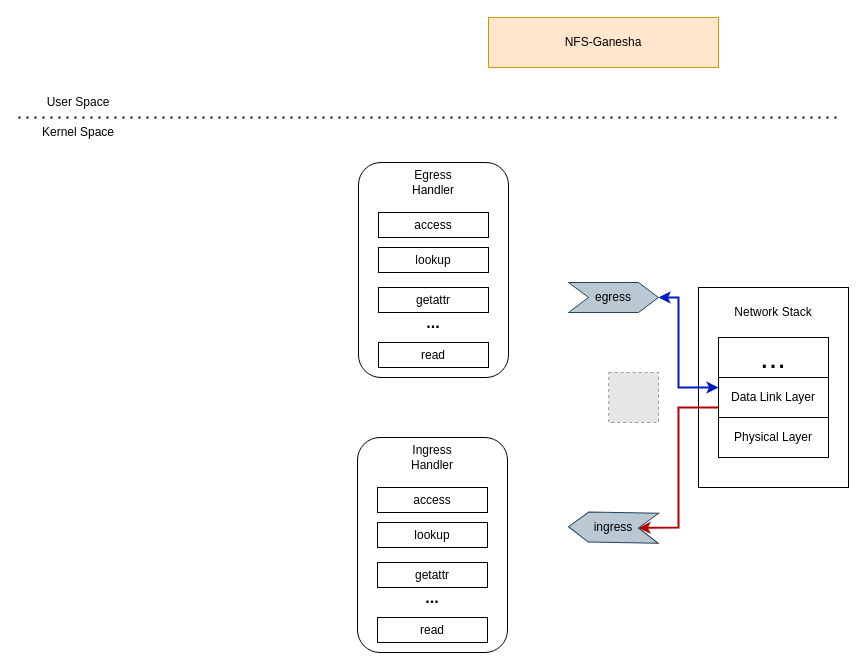
This is 决赛项目框架.drawio from Kakoyi945/cloud, a draw.io file, before an edit. Source tidied: cells renumbered, new cells numbered last; positions are measured from the earlier drawing's top-left corner, leaving out a move shared by most shapes. Both pictures are drawn from the tidied source at 100%, with x=0, y=0 at pixel (18, 17). Pictures stored in the file or linked from it are replaced by grey dashed boxes.
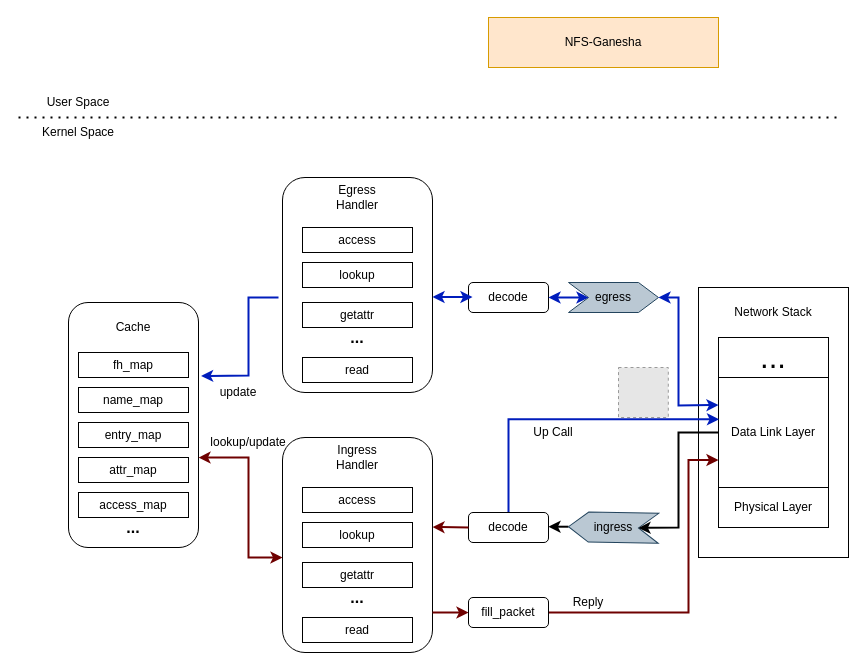
Above is the later version.

Commit message (it also covers changes not shown here):
更新决赛项目框架.drawio

Unchanged cells that the change refers to:
```xml
<mxCell id="25" value="egress" style="shape=step;perimeter=stepPerimeter;whiteSpace=wrap;html=1;fixedSize=1;rotation=0;fillColor=#bac8d3;strokeColor=#23445d;" parent="1" vertex="1">
  <mxGeometry x="550" y="265" width="90" height="30" as="geometry" />
</mxCell>
<mxCell id="28" style="shape=step;perimeter=stepPerimeter;whiteSpace=wrap;html=1;fixedSize=1;rotation=-179;fillColor=#bac8d3;strokeColor=#23445d;" parent="1" vertex="1">
  <mxGeometry x="550" y="495" width="90" height="30" as="geometry" />
</mxCell>
```

The edit, as a diff of the source:
```diff
@@
     <mxCell id="2" style="rounded=0;whiteSpace=wrap;html=1;" parent="1" vertex="1">
-      <mxGeometry x="680" y="270" width="150" height="200" as="geometry" />
+      <mxGeometry x="680" y="270" width="150" height="270" as="geometry" />
     </mxCell>
@@
     <mxCell id="7" value="Data Link Layer" style="rounded=0;whiteSpace=wrap;html=1;" parent="1" vertex="1">
-      <mxGeometry x="700" y="360" width="110" height="40" as="geometry" />
+      <mxGeometry x="700" y="360" width="110" height="110" as="geometry" />
     </mxCell>
     <mxCell id="8" value="Physical Layer" style="rounded=0;whiteSpace=wrap;html=1;" parent="1" vertex="1">
-      <mxGeometry x="700" y="400" width="110" height="40" as="geometry" />
+      <mxGeometry x="700" y="470" width="110" height="40" as="geometry" />
     </mxCell>
@@
     <mxCell id="11" style="rounded=1;whiteSpace=wrap;html=1;" parent="1" vertex="1">
-      <mxGeometry x="340" y="145" width="150" height="215" as="geometry" />
+      <mxGeometry x="264" y="160" width="150" height="215" as="geometry" />
     </mxCell>
     <mxCell id="12" value="access" style="rounded=0;whiteSpace=wrap;html=1;" parent="1" vertex="1">
-      <mxGeometry x="360" y="195" width="110" height="25" as="geometry" />
+      <mxGeometry x="284" y="210" width="110" height="25" as="geometry" />
     </mxCell>
     <mxCell id="13" value="Egress Handler" style="text;html=1;strokeColor=none;fillColor=none;align=center;verticalAlign=middle;whiteSpace=wrap;rounded=0;" parent="1" vertex="1">
-      <mxGeometry x="385" y="150" width="60" height="30" as="geometry" />
+      <mxGeometry x="309" y="165" width="60" height="30" as="geometry" />
     </mxCell>
     <mxCell id="14" value="lookup" style="rounded=0;whiteSpace=wrap;html=1;" parent="1" vertex="1">
-      <mxGeometry x="360" y="230" width="110" height="25" as="geometry" />
+      <mxGeometry x="284" y="245" width="110" height="25" as="geometry" />
     </mxCell>
     <mxCell id="15" value="getattr" style="rounded=0;whiteSpace=wrap;html=1;" parent="1" vertex="1">
-      <mxGeometry x="360" y="270" width="110" height="25" as="geometry" />
+      <mxGeometry x="284" y="285" width="110" height="25" as="geometry" />
     </mxCell>
     <mxCell id="16" value="read" style="rounded=0;whiteSpace=wrap;html=1;" parent="1" vertex="1">
-      <mxGeometry x="360" y="325" width="110" height="25" as="geometry" />
+      <mxGeometry x="284" y="340" width="110" height="25" as="geometry" />
     </mxCell>
     <mxCell id="17" value="&lt;b&gt;&lt;font style=&quot;font-size: 16px;&quot;&gt;...&lt;/font&gt;&lt;/b&gt;" style="text;html=1;strokeColor=none;fillColor=none;align=center;verticalAlign=middle;whiteSpace=wrap;rounded=0;" parent="1" vertex="1">
-      <mxGeometry x="385" y="290" width="60" height="30" as="geometry" />
+      <mxGeometry x="309" y="305" width="60" height="30" as="geometry" />
     </mxCell>
     <mxCell id="18" style="rounded=1;whiteSpace=wrap;html=1;" parent="1" vertex="1">
-      <mxGeometry x="339" y="420" width="150" height="215" as="geometry" />
+      <mxGeometry x="264" y="420" width="150" height="215" as="geometry" />
     </mxCell>
     <mxCell id="19" value="access" style="rounded=0;whiteSpace=wrap;html=1;" parent="1" vertex="1">
-      <mxGeometry x="359" y="470" width="110" height="25" as="geometry" />
+      <mxGeometry x="284" y="470" width="110" height="25" as="geometry" />
     </mxCell>
     <mxCell id="20" value="Ingress Handler" style="text;html=1;strokeColor=none;fillColor=none;align=center;verticalAlign=middle;whiteSpace=wrap;rounded=0;" parent="1" vertex="1">
-      <mxGeometry x="384" y="425" width="60" height="30" as="geometry" />
+      <mxGeometry x="309" y="425" width="60" height="30" as="geometry" />
     </mxCell>
     <mxCell id="21" value="lookup" style="rounded=0;whiteSpace=wrap;html=1;" parent="1" vertex="1">
-      <mxGeometry x="359" y="505" width="110" height="25" as="geometry" />
+      <mxGeometry x="284" y="505" width="110" height="25" as="geometry" />
     </mxCell>
     <mxCell id="22" value="getattr" style="rounded=0;whiteSpace=wrap;html=1;" parent="1" vertex="1">
-      <mxGeometry x="359" y="545" width="110" height="25" as="geometry" />
+      <mxGeometry x="284" y="545" width="110" height="25" as="geometry" />
     </mxCell>
     <mxCell id="23" value="read" style="rounded=0;whiteSpace=wrap;html=1;" parent="1" vertex="1">
-      <mxGeometry x="359" y="600" width="110" height="25" as="geometry" />
+      <mxGeometry x="284" y="600" width="110" height="25" as="geometry" />
     </mxCell>
     <mxCell id="24" value="&lt;b&gt;&lt;font style=&quot;font-size: 16px;&quot;&gt;...&lt;/font&gt;&lt;/b&gt;" style="text;html=1;strokeColor=none;fillColor=none;align=center;verticalAlign=middle;whiteSpace=wrap;rounded=0;" parent="1" vertex="1">
-      <mxGeometry x="384" y="565" width="60" height="30" as="geometry" />
+      <mxGeometry x="309" y="565" width="60" height="30" as="geometry" />
     </mxCell>
@@
     <mxCell id="26" style="endArrow=classic;startArrow=classic;html=1;rounded=0;entryX=0;entryY=0.25;entryDx=0;entryDy=0;entryPerimeter=0;exitX=1;exitY=0.5;exitDx=0;exitDy=0;fillColor=#0050ef;strokeColor=#001DBC;strokeWidth=2;" parent="1" edge="1" source="25" target="7">
       <mxGeometry relative="1" as="geometry">
         <Array as="points">
           <mxPoint x="660" y="280" />
-          <mxPoint x="660" y="370" />
+          <mxPoint x="660" y="388" />
         </Array>
       </mxGeometry>
     </mxCell>
     <mxCell id="27" style="fillColor=#E6E6E6;strokeColor=#999999;dashed=1;verticalLabelPosition=bottom;labelBackgroundColor=default;verticalAlign=top;" parent="1" vertex="1">
-      <mxGeometry x="590.2" y="355" width="49.8" height="50" as="geometry" />
+      <mxGeometry x="600" y="350" width="49.8" height="50" as="geometry" />
     </mxCell>
+    <mxCell id="31" style="edgeStyle=orthogonalEdgeStyle;rounded=0;jettySize=auto;html=1;exitX=1;exitY=0.5;exitDx=0;exitDy=0;entryX=1;entryY=0.5;entryDx=0;entryDy=0;strokeWidth=2;" parent="1" edge="1" source="28" target="36">
+      <mxGeometry relative="1" as="geometry" />
+    </mxCell>
@@
-    <mxCell id="30" style="endArrow=classic;html=1;rounded=0;entryX=0;entryY=0.5;entryDx=0;entryDy=0;fillColor=#e51400;strokeColor=#B20000;strokeWidth=2;" parent="1" edge="1" target="28">
+    <mxCell id="30" style="endArrow=classic;html=1;rounded=0;entryX=0;entryY=0.5;entryDx=0;entryDy=0;fillColor=#e51400;strokeColor=#000000;strokeWidth=2;exitX=0;exitY=0.5;exitDx=0;exitDy=0;" parent="1" edge="1" source="7" target="28">
       <mxGeometry relative="1" as="geometry">
-        <mxPoint x="700" y="390" as="sourcePoint" />
         <Array as="points">
-          <mxPoint x="660" y="390" />
+          <mxPoint x="660" y="415" />
           <mxPoint x="660" y="510" />
         </Array>
       </mxGeometry>
     </mxCell>
+    <mxCell id="32" value="decode" style="rounded=1;whiteSpace=wrap;html=1;" parent="1" vertex="1">
+      <mxGeometry x="450" y="265" width="80" height="30" as="geometry" />
+    </mxCell>
+    <mxCell id="33" style="endArrow=classic;startArrow=classic;html=1;rounded=0;fillColor=#0050ef;strokeColor=#001DBC;strokeWidth=2;" parent="1" edge="1">
+      <mxGeometry relative="1" as="geometry">
+        <mxPoint x="530" y="280" as="sourcePoint" />
+        <mxPoint x="570" y="280" as="targetPoint" />
+      </mxGeometry>
+    </mxCell>
+    <mxCell id="34" style="endArrow=classic;startArrow=classic;html=1;rounded=0;fillColor=#0050ef;strokeColor=#001DBC;strokeWidth=2;" parent="1" edge="1">
+      <mxGeometry relative="1" as="geometry">
+        <mxPoint x="414" y="279.5" as="sourcePoint" />
+        <mxPoint x="454" y="279.5" as="targetPoint" />
+      </mxGeometry>
+    </mxCell>
+    <mxCell id="35" style="edgeStyle=orthogonalEdgeStyle;rounded=0;jettySize=auto;html=1;exitX=0.5;exitY=0;exitDx=0;exitDy=0;entryX=0.005;entryY=0.38;entryDx=0;entryDy=0;entryPerimeter=0;fillColor=#0050ef;strokeColor=#001DBC;strokeWidth=2;" parent="1" edge="1" source="36" target="7">
+      <mxGeometry relative="1" as="geometry" />
+    </mxCell>
+    <mxCell id="36" value="decode" style="rounded=1;whiteSpace=wrap;html=1;" parent="1" vertex="1">
+      <mxGeometry x="450" y="495" width="80" height="30" as="geometry" />
+    </mxCell>
+    <mxCell id="37" style="endArrow=classic;html=1;rounded=0;strokeWidth=2;fillColor=#a20025;strokeColor=#6F0000;" parent="1" edge="1">
+      <mxGeometry relative="1" as="geometry">
+        <mxPoint x="450" y="510" as="sourcePoint" />
+        <mxPoint x="414" y="509.5" as="targetPoint" />
+      </mxGeometry>
+    </mxCell>
+    <mxCell id="38" style="edgeStyle=orthogonalEdgeStyle;rounded=0;jettySize=auto;html=1;entryX=0;entryY=0.75;entryDx=0;entryDy=0;fillColor=#a20025;strokeColor=#6F0000;strokeWidth=2;" parent="1" edge="1" source="39" target="7">
+      <mxGeometry relative="1" as="geometry">
+        <Array as="points">
+          <mxPoint x="670" y="595" />
+          <mxPoint x="670" y="443" />
+        </Array>
+      </mxGeometry>
+    </mxCell>
+    <mxCell id="39" value="fill_packet" style="rounded=1;whiteSpace=wrap;html=1;" parent="1" vertex="1">
+      <mxGeometry x="450" y="580" width="80" height="30" as="geometry" />
+    </mxCell>
+    <mxCell id="40" style="endArrow=classic;html=1;rounded=0;fillColor=#a20025;strokeColor=#6F0000;strokeWidth=2;" parent="1" edge="1">
+      <mxGeometry relative="1" as="geometry">
+        <mxPoint x="414" y="595" as="sourcePoint" />
+        <mxPoint x="450" y="595" as="targetPoint" />
+      </mxGeometry>
+    </mxCell>
+    <mxCell id="41" value="Up Call" style="text;html=1;strokeColor=none;fillColor=none;align=center;verticalAlign=middle;whiteSpace=wrap;rounded=0;" parent="1" vertex="1">
+      <mxGeometry x="505" y="400" width="60" height="30" as="geometry" />
+    </mxCell>
+    <mxCell id="42" value="Reply" style="text;html=1;strokeColor=none;fillColor=none;align=center;verticalAlign=middle;whiteSpace=wrap;rounded=0;" parent="1" vertex="1">
+      <mxGeometry x="540" y="570" width="60" height="30" as="geometry" />
+    </mxCell>
+    <mxCell id="43" style="rounded=1;whiteSpace=wrap;html=1;" parent="1" vertex="1">
+      <mxGeometry x="50" y="285" width="130" height="245" as="geometry" />
+    </mxCell>
+    <mxCell id="44" value="fh_map" style="rounded=0;whiteSpace=wrap;html=1;" parent="1" vertex="1">
+      <mxGeometry x="60" y="335" width="110" height="25" as="geometry" />
+    </mxCell>
+    <mxCell id="45" value="name_map" style="rounded=0;whiteSpace=wrap;html=1;" parent="1" vertex="1">
+      <mxGeometry x="60" y="370" width="110" height="25" as="geometry" />
+    </mxCell>
+    <mxCell id="46" value="entry_map" style="rounded=0;whiteSpace=wrap;html=1;" parent="1" vertex="1">
+      <mxGeometry x="60" y="405" width="110" height="25" as="geometry" />
+    </mxCell>
+    <mxCell id="47" value="attr_map" style="rounded=0;whiteSpace=wrap;html=1;" parent="1" vertex="1">
+      <mxGeometry x="60" y="440" width="110" height="25" as="geometry" />
+    </mxCell>
+    <mxCell id="48" value="access_map" style="rounded=0;whiteSpace=wrap;html=1;" parent="1" vertex="1">
+      <mxGeometry x="60" y="475" width="110" height="25" as="geometry" />
+    </mxCell>
+    <mxCell id="49" value="&lt;b&gt;&lt;font style=&quot;font-size: 16px;&quot;&gt;...&lt;/font&gt;&lt;/b&gt;" style="text;html=1;strokeColor=none;fillColor=none;align=center;verticalAlign=middle;whiteSpace=wrap;rounded=0;" parent="1" vertex="1">
+      <mxGeometry x="85" y="495" width="60" height="30" as="geometry" />
+    </mxCell>
+    <mxCell id="50" value="Cache" style="text;html=1;strokeColor=none;fillColor=none;align=center;verticalAlign=middle;whiteSpace=wrap;rounded=0;" parent="1" vertex="1">
+      <mxGeometry x="85" y="295" width="60" height="30" as="geometry" />
+    </mxCell>
+    <mxCell id="51" style="endArrow=classic;html=1;rounded=0;entryX=1.02;entryY=0.3;entryDx=0;entryDy=0;entryPerimeter=0;fillColor=#0050ef;strokeColor=#001DBC;strokeWidth=2;" parent="1" edge="1" target="43">
+      <mxGeometry relative="1" as="geometry">
+        <mxPoint x="260" y="280" as="sourcePoint" />
+        <Array as="points">
+          <mxPoint x="230" y="280" />
+          <mxPoint x="230" y="358" />
+        </Array>
+      </mxGeometry>
+    </mxCell>
+    <mxCell id="52" value="update" style="text;html=1;strokeColor=none;fillColor=none;align=center;verticalAlign=middle;whiteSpace=wrap;rounded=0;" parent="1" vertex="1">
+      <mxGeometry x="190" y="360" width="60" height="30" as="geometry" />
+    </mxCell>
+    <mxCell id="53" style="endArrow=classic;startArrow=classic;html=1;rounded=0;exitX=1;exitY=0.633;exitDx=0;exitDy=0;exitPerimeter=0;strokeWidth=2;fillColor=#a20025;strokeColor=#6F0000;" parent="1" edge="1" source="43">
+      <mxGeometry relative="1" as="geometry">
+        <mxPoint x="264" y="540" as="targetPoint" />
+        <Array as="points">
+          <mxPoint x="230" y="440" />
+          <mxPoint x="230" y="540" />
+        </Array>
+      </mxGeometry>
+    </mxCell>
+    <mxCell id="54" value="lookup/update" style="text;html=1;strokeColor=none;fillColor=none;align=center;verticalAlign=middle;whiteSpace=wrap;rounded=0;" parent="1" vertex="1">
+      <mxGeometry x="200" y="410" width="60" height="30" as="geometry" />
+    </mxCell>
```
